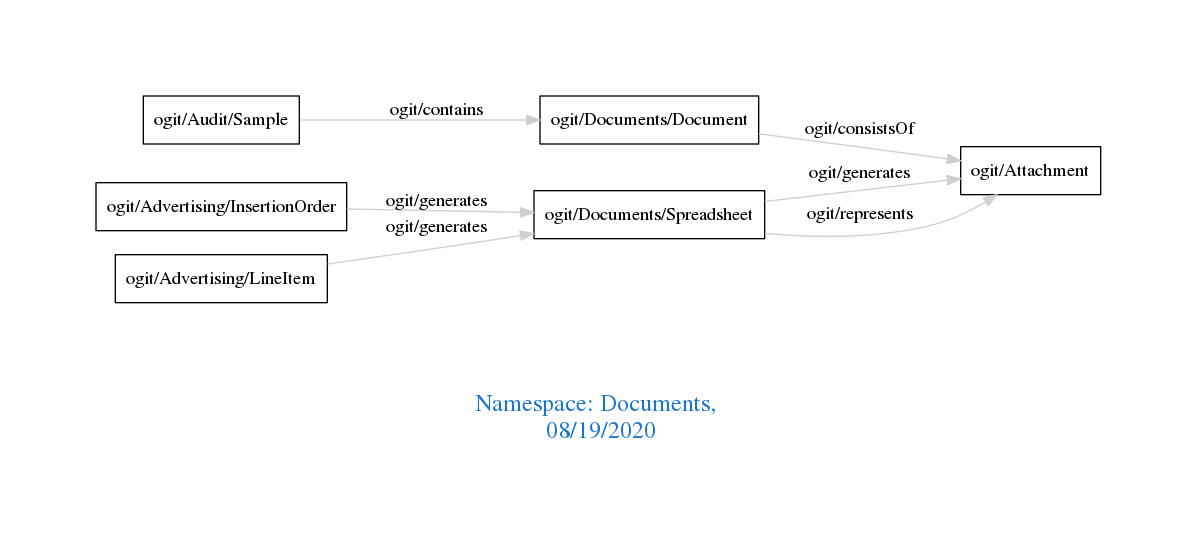
Earlier version of the Graphviz export downloads/Documents.png (arago/OGIT). Its source is kept beside it as downloads/Documents.dot.
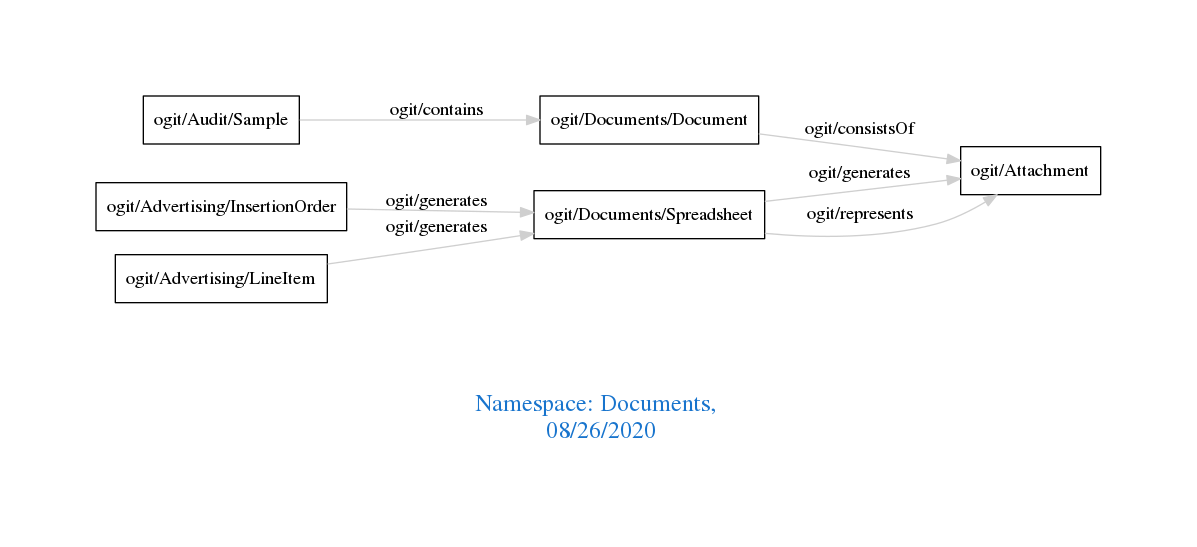
The same diagram one commit later.

The edit, as a diff of the source:
```diff
@@ -1,7 +1,7 @@
 digraph OGIT_ontology {
  graph [ rankdir= LR,pad=1
 fontsize = 18,
-fontcolor= dodgerblue3,label = "\n\n\nNamespace: Documents, \n 08/19/2020"];
+fontcolor= dodgerblue3,label = "\n\n\nNamespace: Documents, \n 08/26/2020"];
 node[shape=polygon];
 edge [  color="gray81"];
 
```
